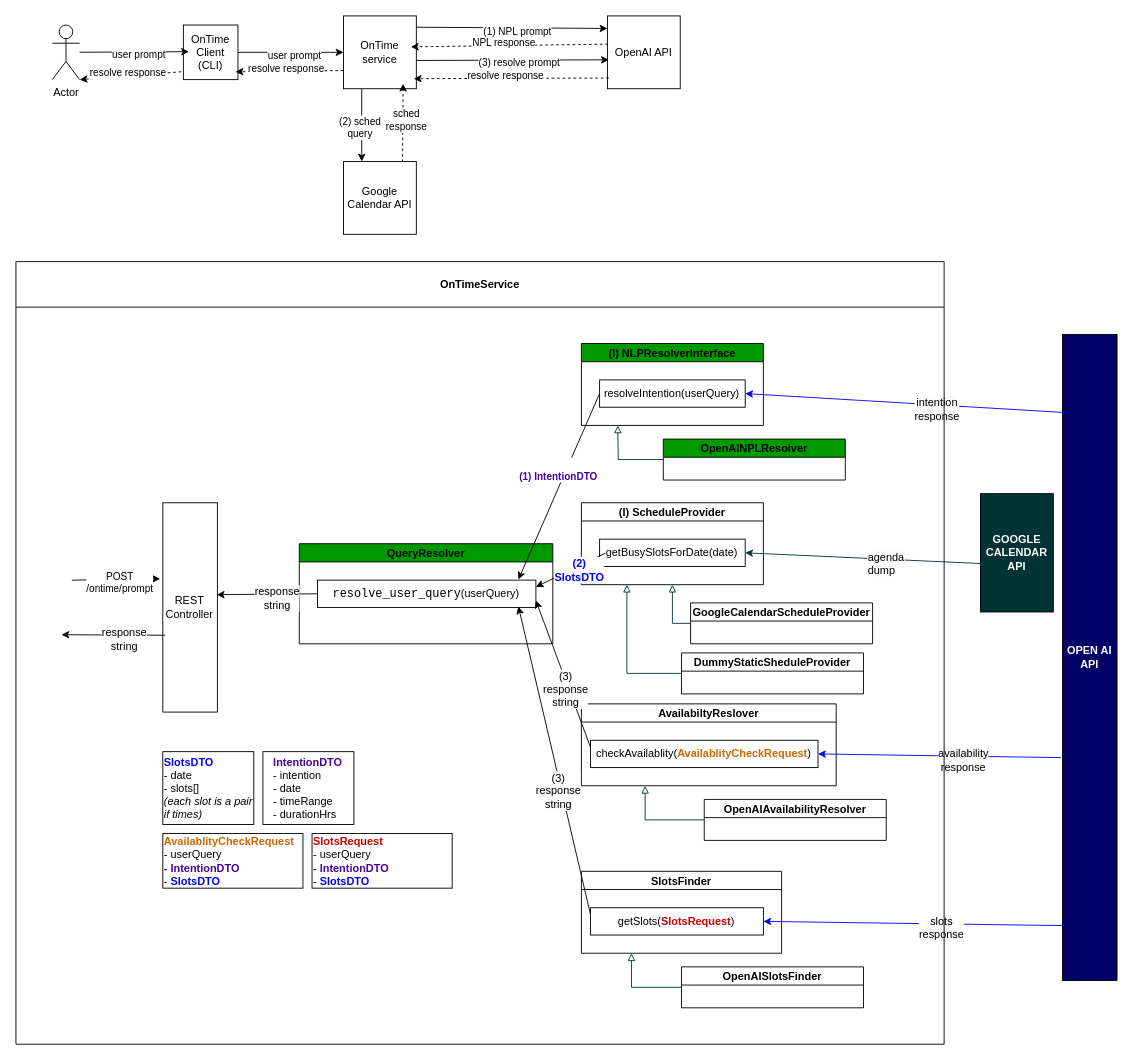
Above: drawio/ontime_design.drawio in pazbardanl/ontime (draw.io), before the change. Source tidied: cells renumbered, new cells numbered last; positions are measured from the earlier drawing's top-left corner, leaving out a move shared by most shapes. Both pictures are drawn from the tidied source at 91%, with x=0, y=0 at pixel (15, 15).
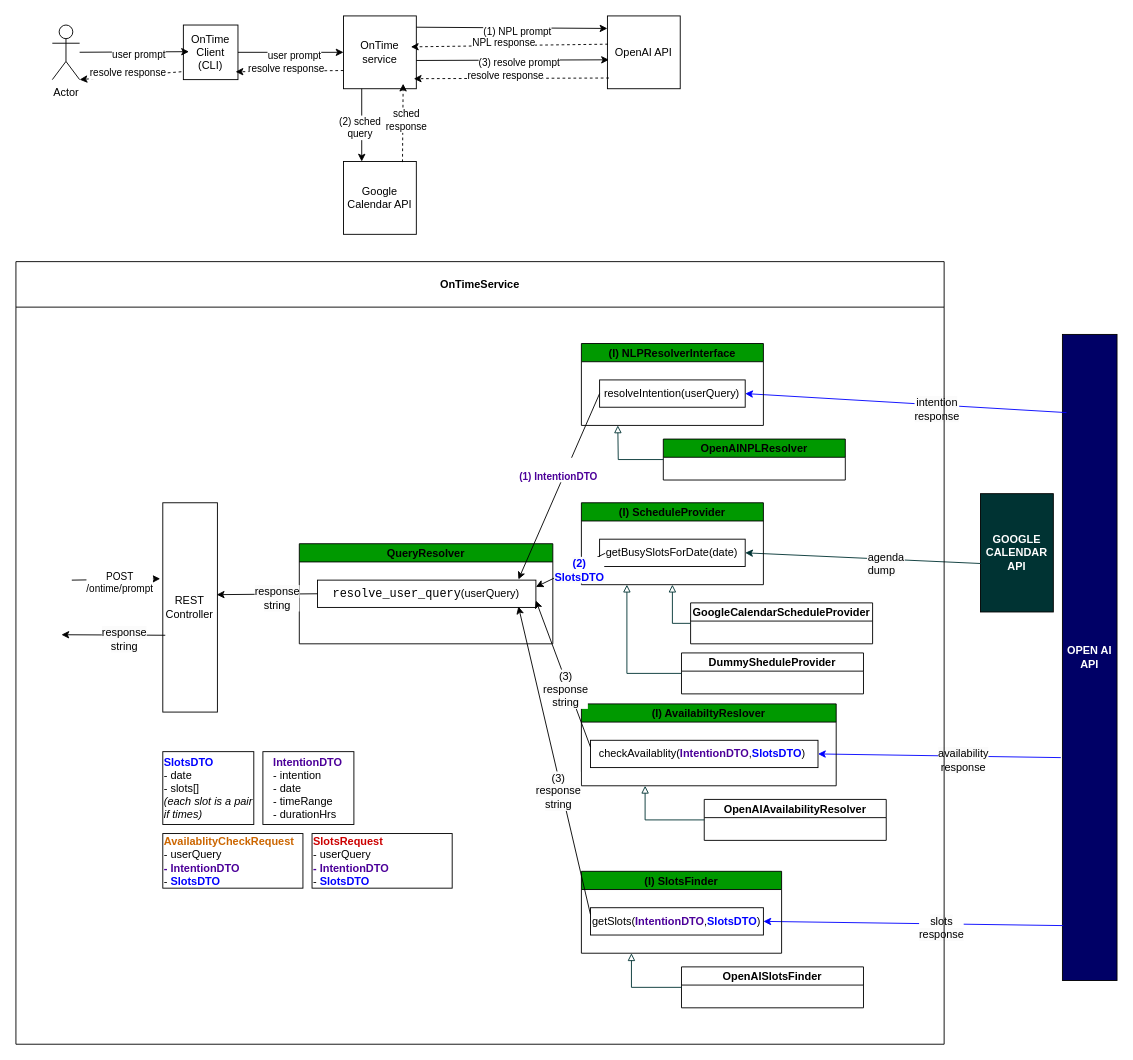
The same diagram, later.

The change refers to these unchanged cells:
```xml
<mxCell id="37" value="OnTimeService" style="swimlane;startSize=50;" parent="1" vertex="1">
  <mxGeometry y="270" width="1020" height="860" as="geometry" />
</mxCell>
```

The edit, as a diff of the source:
```diff
@@
-    <mxCell id="48" value="(I) ScheduleProvider" style="swimlane;startSize=20;fontStyle=1;" parent="37" vertex="1">
+    <mxCell id="48" value="(I) ScheduleProvider" style="swimlane;startSize=20;fontStyle=1;fillColor=#009900;" parent="37" vertex="1">
       <mxGeometry x="621.4" y="265" width="200" height="90" as="geometry" />
     </mxCell>
@@
-    <mxCell id="53" value="AvailabiltyReslover" style="swimlane;startSize=20;fontStyle=1;" parent="37" vertex="1">
+    <mxCell id="53" value="(I) AvailabiltyReslover" style="swimlane;startSize=20;fontStyle=1;fillColor=#009900;" parent="37" vertex="1">
       <mxGeometry x="621.4" y="486" width="280" height="90" as="geometry" />
     </mxCell>
-    <mxCell id="54" value="checkAvailablity(&lt;b style=&quot;text-align: left;&quot;&gt;&lt;font color=&quot;#cc6600&quot;&gt;AvailablityCheckRequest&lt;/font&gt;&lt;/b&gt;)" style="rounded=0;whiteSpace=wrap;html=1;" parent="53" vertex="1">
+    <mxCell id="54" value="checkAvailablity(&lt;b&gt;&lt;font color=&quot;#4c0099&quot;&gt;IntentionDTO&lt;/font&gt;&lt;/b&gt;,&lt;b style=&quot;text-align: left;&quot;&gt;&lt;font color=&quot;#0000ff&quot;&gt;SlotsDTO&lt;/font&gt;&lt;/b&gt;)&amp;nbsp;" style="rounded=0;whiteSpace=wrap;html=1;" parent="53" vertex="1">
       <mxGeometry x="10" y="40" width="250" height="30" as="geometry" />
     </mxCell>
@@
-    <mxCell id="57" value="SlotsFinder" style="swimlane;startSize=20;fontStyle=1;" parent="37" vertex="1">
+    <mxCell id="57" value="(I) SlotsFinder" style="swimlane;startSize=20;fontStyle=1;fillColor=#009900;" parent="37" vertex="1">
       <mxGeometry x="621.4" y="670" width="220" height="90" as="geometry" />
     </mxCell>
-    <mxCell id="58" value="getSlots(&lt;b style=&quot;text-align: left;&quot;&gt;&lt;font color=&quot;#cc0000&quot;&gt;SlotsRequest&lt;/font&gt;&lt;/b&gt;)" style="rounded=0;whiteSpace=wrap;html=1;" parent="57" vertex="1">
+    <mxCell id="58" value="getSlots(&lt;b&gt;&lt;font color=&quot;#4c0099&quot;&gt;IntentionDTO&lt;/font&gt;&lt;/b&gt;,&lt;b style=&quot;text-align: left;&quot;&gt;&lt;font color=&quot;#0000ff&quot;&gt;SlotsDTO&lt;/font&gt;&lt;/b&gt;)" style="rounded=0;whiteSpace=wrap;html=1;" parent="57" vertex="1">
       <mxGeometry x="10" y="40" width="190" height="30" as="geometry" />
     </mxCell>
@@
-    <mxCell id="73" value="DummyStaticSheduleProvider" style="swimlane;startSize=20;fontStyle=1;" parent="37" vertex="1">
+    <mxCell id="73" value="DummySheduleProvider" style="swimlane;startSize=20;fontStyle=1;" parent="37" vertex="1">
       <mxGeometry x="731.4" y="430" width="200" height="45" as="geometry" />
     </mxCell>
```
